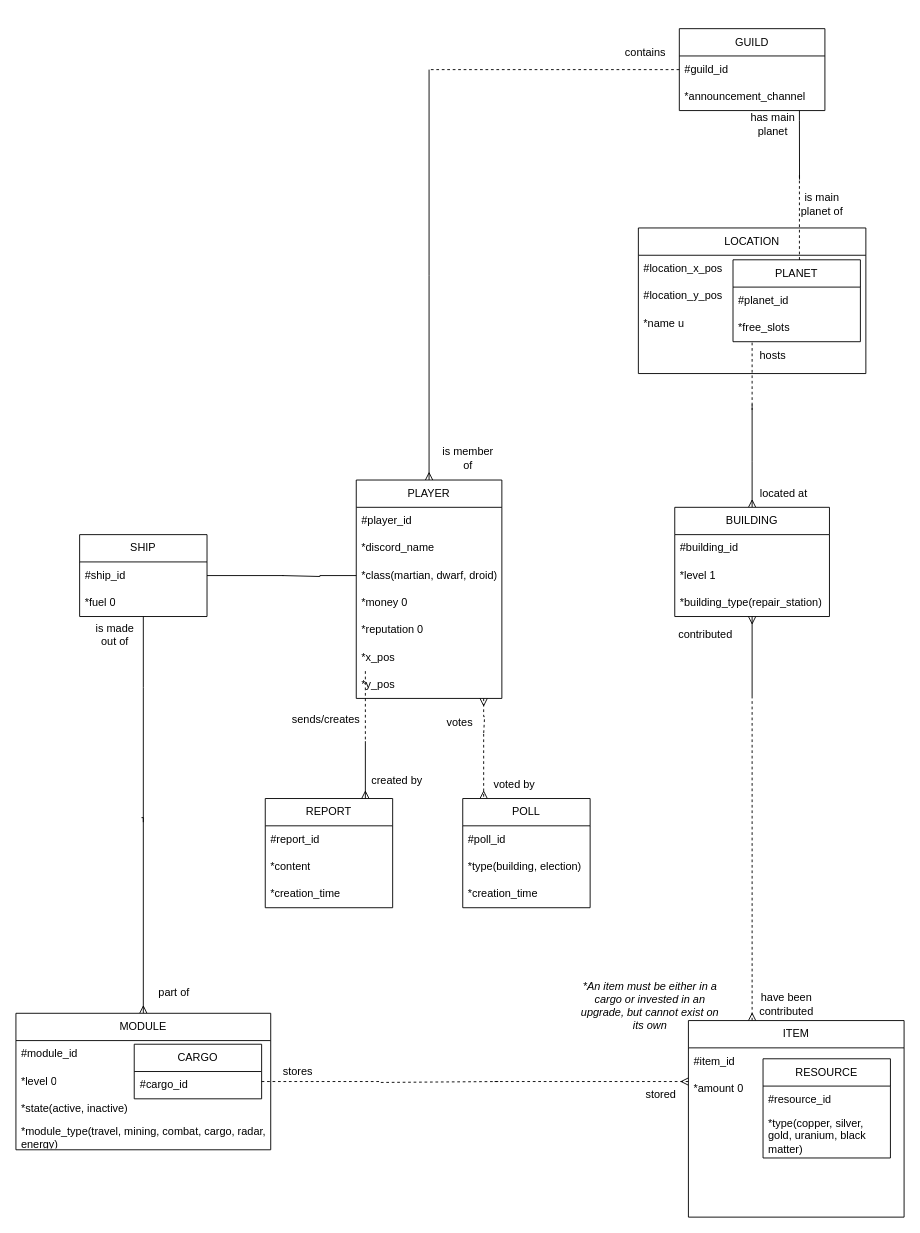
This is database/ehbdb.drawio from LordTlasT/EtHB-docs, a draw.io file, before an edit. Source tidied: cells renumbered, new cells numbered last; positions are measured from the earlier drawing's top-left corner, leaving out a move shared by most shapes. Both pictures are drawn from the tidied source at 91%, with x=0, y=0 at pixel (15, 28).
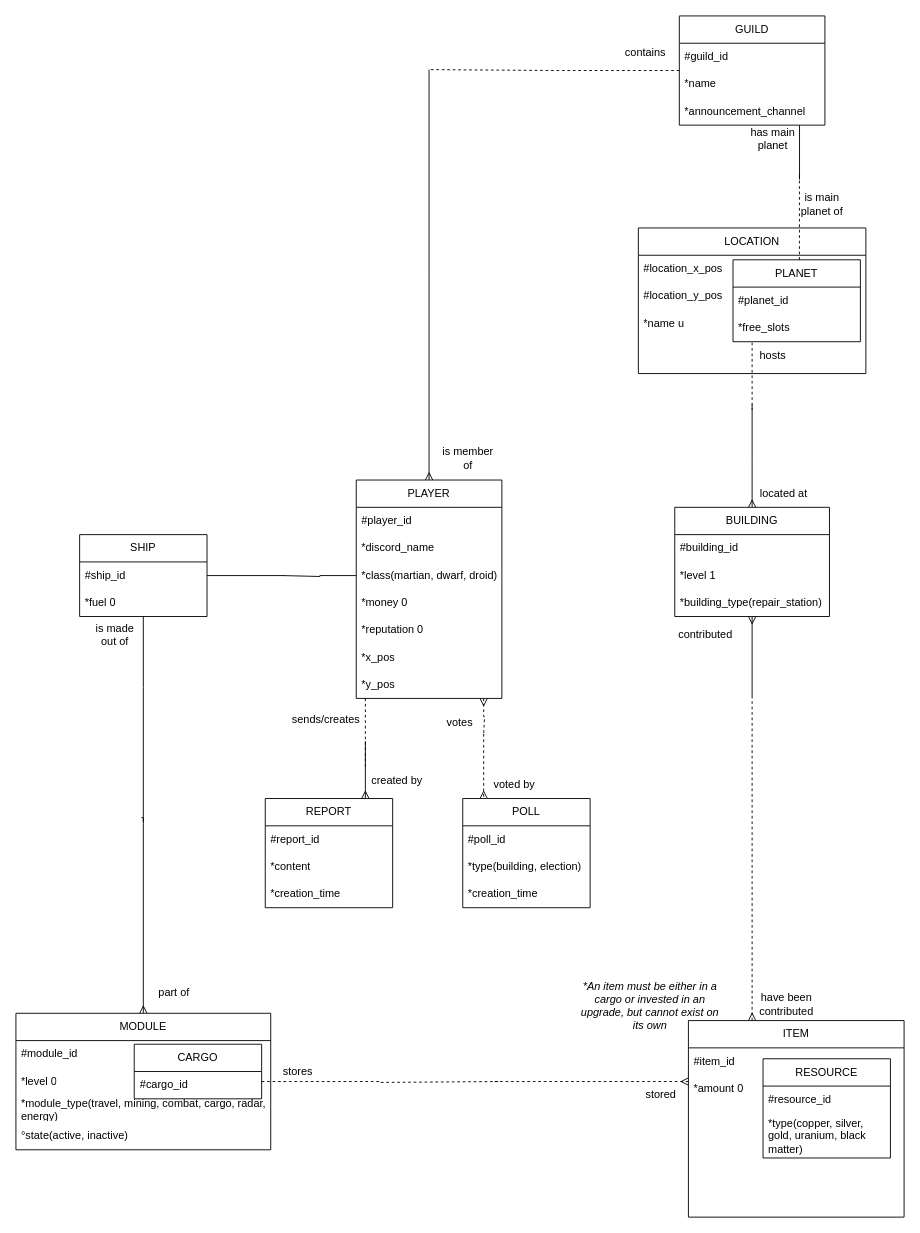
After the change.

Unchanged cells that the change refers to:
```xml
<mxCell id="3" value="MODULE" style="swimlane;fontStyle=0;horizontal=1;startSize=30;whiteSpace=wrap;html=1;" parent="1" vertex="1">
  <mxGeometry y="1082" width="280" height="150" as="geometry" />
</mxCell>
```

What changed in the source:
```diff
@@
+    <mxCell id="7" value="*module_type(travel, mining, combat, cargo, radar, energy)" style="text;strokeColor=none;fillColor=none;align=left;verticalAlign=middle;spacingLeft=4;spacingRight=4;overflow=hidden;whiteSpace=wrap;html=1;" parent="3" vertex="1">
+      <mxGeometry y="90" width="280" height="30" as="geometry" />
+    </mxCell>
-    <mxCell id="6" value="*state(active, inactive)" style="text;strokeColor=none;fillColor=none;align=left;verticalAlign=middle;spacingLeft=4;spacingRight=4;overflow=hidden;whiteSpace=wrap;html=1;" parent="3" vertex="1">
-      <mxGeometry y="90" width="280" height="30" as="geometry" />
+    <mxCell id="6" value="°state(active, inactive)" style="text;strokeColor=none;fillColor=none;align=left;verticalAlign=middle;spacingLeft=4;spacingRight=4;overflow=hidden;whiteSpace=wrap;html=1;" parent="3" vertex="1">
+      <mxGeometry y="120" width="280" height="30" as="geometry" />
     </mxCell>
-    <mxCell id="7" value="*module_type(travel, mining, combat, cargo, radar, energy)" style="text;strokeColor=none;fillColor=none;align=left;verticalAlign=middle;spacingLeft=4;spacingRight=4;overflow=hidden;whiteSpace=wrap;html=1;" parent="3" vertex="1">
-      <mxGeometry y="120" width="280" height="30" as="geometry" />
-    </mxCell>
     <mxCell id="8" style="edgeStyle=orthogonalEdgeStyle;rounded=0;orthogonalLoop=1;jettySize=auto;html=1;dashed=1;endArrow=none;endFill=0;" parent="1" edge="1">
       <mxGeometry relative="1" as="geometry">
-        <mxPoint x="384" y="706" as="sourcePoint" />
-        <mxPoint x="384" y="781.2" as="targetPoint" />
+        <mxPoint x="384" y="736" as="sourcePoint" />
+        <mxPoint x="384" y="811.2" as="targetPoint" />
       </mxGeometry>
     </mxCell>
@@
     <mxCell id="32" value="GUILD" style="swimlane;fontStyle=0;horizontal=1;startSize=30;whiteSpace=wrap;html=1;" parent="1" vertex="1">
-      <mxGeometry x="729" width="160" height="90" as="geometry" />
+      <mxGeometry x="729" y="-14" width="160" height="120" as="geometry" />
     </mxCell>
@@
-    <mxCell id="34" value="*announcement_channel" style="text;strokeColor=none;fillColor=none;align=left;verticalAlign=middle;spacingLeft=4;spacingRight=4;overflow=hidden;whiteSpace=wrap;html=1;" parent="32" vertex="1">
+    <mxCell id="34" value="*name" style="text;strokeColor=none;fillColor=none;align=left;verticalAlign=middle;spacingLeft=4;spacingRight=4;overflow=hidden;whiteSpace=wrap;html=1;" parent="32" vertex="1">
       <mxGeometry y="60" width="160" height="30" as="geometry" />
     </mxCell>
+    <mxCell id="85" value="*announcement_channel" style="text;strokeColor=none;fillColor=none;align=left;verticalAlign=middle;spacingLeft=4;spacingRight=4;overflow=hidden;whiteSpace=wrap;html=1;" parent="32" vertex="1">
+      <mxGeometry y="90" width="160" height="30" as="geometry" />
+    </mxCell>
@@
     <mxCell id="50" value="has main planet" style="text;html=1;strokeColor=none;fillColor=none;align=center;verticalAlign=middle;whiteSpace=wrap;rounded=0;fontSize=12;" parent="1" vertex="1">
-      <mxGeometry x="802" y="90" width="60" height="30" as="geometry" />
+      <mxGeometry x="802" y="106" width="60" height="30" as="geometry" />
     </mxCell>
```
